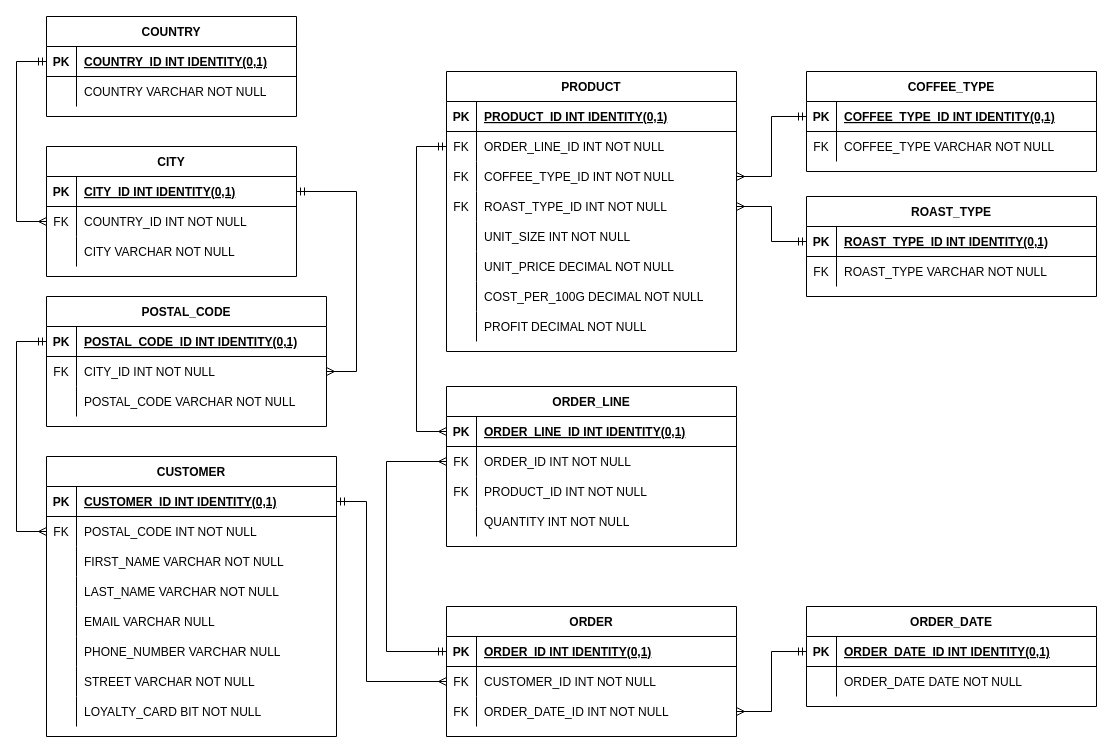
Before: Coffee Sales DB/ERD.drawio in MetaDataBytes/SQL-Projects, a draw.io diagram. Source tidied: cells renumbered, new cells numbered last; positions are measured from the earlier drawing's top-left corner, leaving out a move shared by most shapes. Both pictures are drawn from the tidied source at 100%, with x=0, y=0 at pixel (16, 16).
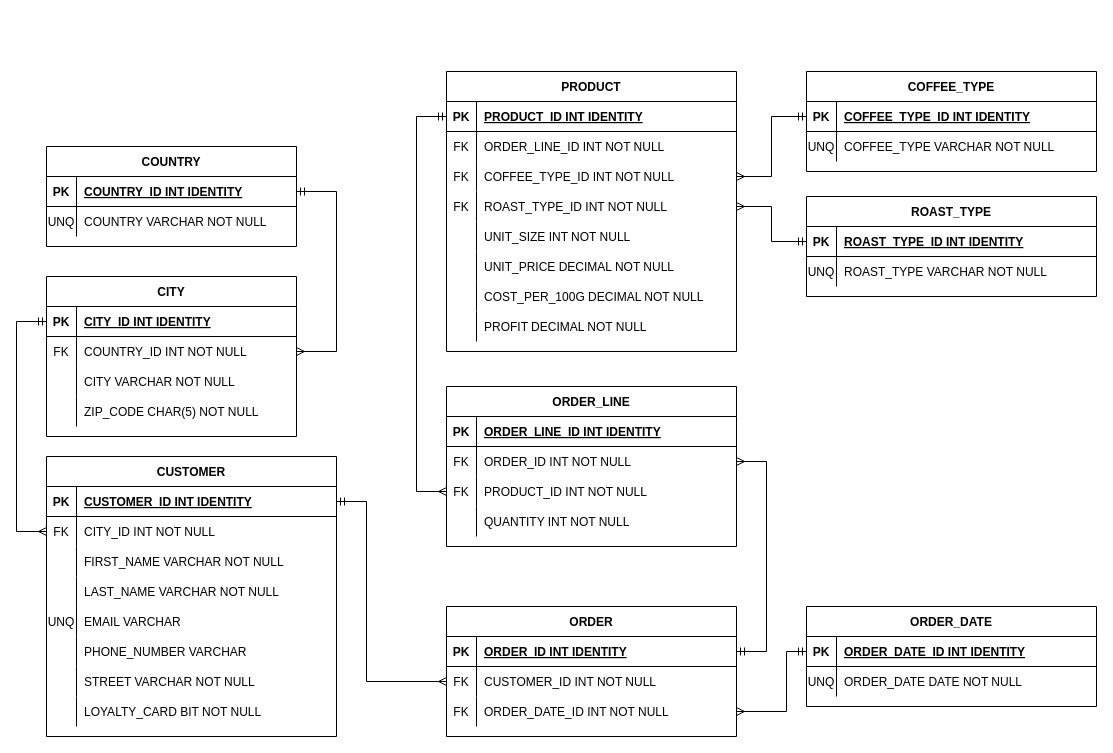
The same diagram, later.

Unchanged cells that the change refers to:
```xml
<mxCell id="3" style="shape=partialRectangle;fillColor=none;points=[[0,0.5],[1,0.5]];portConstraint=eastwest;top=0;left=0;right=0;bottom=1;" parent="2" vertex="1">
  <mxGeometry y="30" width="250" height="30" as="geometry" />
</mxCell>
<mxCell id="6" style="shape=partialRectangle;fillColor=none;points=[[0,0.5],[1,0.5]];portConstraint=eastwest;top=0;left=0;right=0;bottom=0;" parent="2" vertex="1">
  <mxGeometry y="60" width="250" height="30" as="geometry" />
</mxCell>
<mxCell id="23" style="shape=partialRectangle;fillColor=none;points=[[0,0.5],[1,0.5]];portConstraint=eastwest;top=0;left=0;right=0;bottom=1;" parent="22" vertex="1">
  <mxGeometry y="30" width="250" height="30" as="geometry" />
</mxCell>
<mxCell id="26" style="shape=partialRectangle;fillColor=none;top=0;left=0;right=0;bottom=0;" parent="22" vertex="1">
  <mxGeometry y="60" width="250" height="30" as="geometry" />
</mxCell>
<mxCell id="32" style="shape=partialRectangle;fillColor=none;points=[[0,0.5],[1,0.5]];portConstraint=eastwest;top=0;left=0;right=0;bottom=1;" parent="31" vertex="1">
  <mxGeometry y="30" width="290" height="30" as="geometry" />
</mxCell>
<mxCell id="35" style="shape=partialRectangle;fillColor=none;points=[[0,0.5],[1,0.5]];portConstraint=eastwest;top=0;left=0;right=0;bottom=0;" parent="31" vertex="1">
  <mxGeometry y="60" width="290" height="30" as="geometry" />
</mxCell>
<mxCell id="44" style="shape=partialRectangle;fillColor=none;top=0;left=0;right=0;bottom=0;" parent="31" vertex="1">
  <mxGeometry y="150" width="290" height="30" as="geometry" />
</mxCell>
<mxCell id="47" style="shape=partialRectangle;fillColor=none;top=0;left=0;right=0;bottom=0;" parent="31" vertex="1">
  <mxGeometry y="180" width="290" height="30" as="geometry" />
</mxCell>
<mxCell id="58" style="shape=partialRectangle;fillColor=none;points=[[0,0.5],[1,0.5]];portConstraint=eastwest;top=0;left=0;right=0;bottom=1;" parent="57" vertex="1">
  <mxGeometry y="30" width="290" height="30" as="geometry" />
</mxCell>
<mxCell id="64" style="shape=partialRectangle;fillColor=none;points=[[0,0.5],[1,0.5]];portConstraint=eastwest;top=0;left=0;right=0;bottom=0;" parent="57" vertex="1">
  <mxGeometry y="90" width="290" height="30" as="geometry" />
</mxCell>
<mxCell id="69" style="shape=partialRectangle;fillColor=none;points=[[0,0.5],[1,0.5]];portConstraint=eastwest;top=0;left=0;right=0;bottom=1;" parent="68" vertex="1">
  <mxGeometry y="30" width="290" height="30" as="geometry" />
</mxCell>
<mxCell id="72" style="shape=partialRectangle;fillColor=none;points=[[0,0.5],[1,0.5]];portConstraint=eastwest;top=0;left=0;right=0;bottom=0;" parent="68" vertex="1">
  <mxGeometry y="60" width="290" height="30" as="geometry" />
</mxCell>
<mxCell id="75" style="shape=partialRectangle;fillColor=none;points=[[0,0.5],[1,0.5]];portConstraint=eastwest;top=0;left=0;right=0;bottom=0;" parent="68" vertex="1">
  <mxGeometry y="90" width="290" height="30" as="geometry" />
</mxCell>
<mxCell id="83" style="shape=partialRectangle;fillColor=none;points=[[0,0.5],[1,0.5]];portConstraint=eastwest;top=0;left=0;right=0;bottom=1;" parent="82" vertex="1">
  <mxGeometry y="30" width="290" height="30" as="geometry" />
</mxCell>
<mxCell id="86" style="shape=partialRectangle;fillColor=none;points=[[0,0.5],[1,0.5]];portConstraint=eastwest;top=0;left=0;right=0;bottom=0;" parent="82" vertex="1">
  <mxGeometry y="60" width="290" height="30" as="geometry" />
</mxCell>
<mxCell id="108" style="shape=partialRectangle;fillColor=none;points=[[0,0.5],[1,0.5]];portConstraint=eastwest;top=0;left=0;right=0;bottom=1;" parent="107" vertex="1">
  <mxGeometry y="30" width="290" height="30" as="geometry" />
</mxCell>
<mxCell id="111" style="shape=partialRectangle;fillColor=none;top=0;left=0;right=0;bottom=0;" parent="107" vertex="1">
  <mxGeometry y="60" width="290" height="30" as="geometry" />
</mxCell>
<mxCell id="115" style="shape=partialRectangle;fillColor=none;points=[[0,0.5],[1,0.5]];portConstraint=eastwest;top=0;left=0;right=0;bottom=1;" parent="114" vertex="1">
  <mxGeometry y="30" width="290" height="30" as="geometry" />
</mxCell>
<mxCell id="118" style="shape=partialRectangle;fillColor=none;top=0;left=0;right=0;bottom=0;" parent="114" vertex="1">
  <mxGeometry y="60" width="290" height="30" as="geometry" />
</mxCell>
<mxCell id="125" style="shape=partialRectangle;fillColor=none;points=[[0,0.5],[1,0.5]];portConstraint=eastwest;top=0;left=0;right=0;bottom=1;" parent="124" vertex="1">
  <mxGeometry y="30" width="290" height="30" as="geometry" />
</mxCell>
<mxCell id="128" style="shape=partialRectangle;fillColor=none;top=0;left=0;right=0;bottom=0;" parent="124" vertex="1">
  <mxGeometry y="60" width="290" height="30" as="geometry" />
</mxCell>
```

The edit, as a diff of the source:
```diff
@@
     <mxCell id="2" value="CITY" style="shape=table;startSize=30;childLayout=tableLayout;rowLines=0;fontStyle=1;align=center;" parent="1" vertex="1">
-      <mxGeometry x="30" y="130" width="250" height="130" as="geometry" />
+      <mxGeometry x="30" y="260" width="250" height="160" as="geometry" />
     </mxCell>
@@
-    <mxCell id="5" value="CITY_ID INT IDENTITY(0,1)" style="shape=partialRectangle;overflow=hidden;fillColor=none;top=0;left=0;bottom=0;right=0;align=left;spacingLeft=6;fontStyle=5;" parent="3" vertex="1">
+    <mxCell id="5" value="CITY_ID INT IDENTITY" style="shape=partialRectangle;overflow=hidden;fillColor=none;top=0;left=0;bottom=0;right=0;align=left;spacingLeft=6;fontStyle=5;" parent="3" vertex="1">
       <mxGeometry x="30" width="220" height="30" as="geometry" />
     </mxCell>
@@
-    <mxCell id="12" value="POSTAL_CODE" style="shape=table;startSize=30;childLayout=tableLayout;rowLines=0;fontStyle=1;align=center;" parent="1" vertex="1">
-      <mxGeometry x="30" y="280" width="280" height="130" as="geometry" />
-    </mxCell>
-    <mxCell id="13" style="shape=partialRectangle;fillColor=none;points=[[0,0.5],[1,0.5]];portConstraint=eastwest;top=0;left=0;right=0;bottom=1;" parent="12" vertex="1">
-      <mxGeometry y="30" width="280" height="30" as="geometry" />
-    </mxCell>
-    <mxCell id="14" value="PK" style="shape=partialRectangle;overflow=hidden;fillColor=none;top=0;left=0;bottom=0;right=0;fontStyle=1;" parent="13" vertex="1">
-      <mxGeometry width="30" height="30" as="geometry" />
-    </mxCell>
-    <mxCell id="15" value="POSTAL_CODE_ID INT IDENTITY(0,1)" style="shape=partialRectangle;overflow=hidden;fillColor=none;top=0;left=0;bottom=0;right=0;align=left;spacingLeft=6;fontStyle=5;" parent="13" vertex="1">
-      <mxGeometry x="30" width="250" height="30" as="geometry" />
-    </mxCell>
-    <mxCell id="16" style="shape=partialRectangle;fillColor=none;points=[[0,0.5],[1,0.5]];portConstraint=eastwest;top=0;left=0;right=0;bottom=0;" parent="12" vertex="1">
-      <mxGeometry y="60" width="280" height="30" as="geometry" />
-    </mxCell>
-    <mxCell id="17" value="FK" style="shape=partialRectangle;overflow=hidden;fillColor=none;top=0;left=0;bottom=0;right=0;" parent="16" vertex="1">
-      <mxGeometry width="30" height="30" as="geometry" />
-    </mxCell>
-    <mxCell id="18" value="CITY_ID INT NOT NULL" style="shape=partialRectangle;overflow=hidden;fillColor=none;top=0;left=0;bottom=0;right=0;align=left;spacingLeft=6;" parent="16" vertex="1">
-      <mxGeometry x="30" width="250" height="30" as="geometry" />
-    </mxCell>
-    <mxCell id="19" style="shape=partialRectangle;fillColor=none;top=0;left=0;right=0;bottom=0;" parent="12" vertex="1">
-      <mxGeometry y="90" width="280" height="30" as="geometry" />
-    </mxCell>
+    <mxCell id="132" style="shape=partialRectangle;fillColor=none;top=0;left=0;right=0;bottom=0;" parent="2" vertex="1">
+      <mxGeometry y="120" width="250" height="30" as="geometry" />
+    </mxCell>
-    <mxCell id="20" style="shape=partialRectangle;overflow=hidden;fillColor=none;top=0;left=0;bottom=0;right=0;" parent="19" vertex="1">
+    <mxCell id="20" style="shape=partialRectangle;overflow=hidden;fillColor=none;top=0;left=0;bottom=0;right=0;" parent="132" vertex="1">
       <mxGeometry width="30" height="30" as="geometry" />
     </mxCell>
-    <mxCell id="21" value="POSTAL_CODE VARCHAR NOT NULL" style="shape=partialRectangle;overflow=hidden;fillColor=none;top=0;left=0;bottom=0;right=0;align=left;spacingLeft=6;" parent="19" vertex="1">
-      <mxGeometry x="30" width="250" height="30" as="geometry" />
-    </mxCell>
+    <mxCell id="133" value="ZIP_CODE CHAR(5) NOT NULL" style="shape=partialRectangle;overflow=hidden;fillColor=none;top=0;left=0;bottom=0;right=0;align=left;spacingLeft=6;" parent="132" vertex="1">
+      <mxGeometry x="30" width="220" height="30" as="geometry" />
+    </mxCell>
     <mxCell id="22" value="COUNTRY" style="shape=table;startSize=30;childLayout=tableLayout;rowLines=0;fontStyle=1;align=center;" parent="1" vertex="1">
-      <mxGeometry x="30" width="250" height="100" as="geometry" />
+      <mxGeometry x="30" y="130" width="250" height="100" as="geometry" />
     </mxCell>
@@
-    <mxCell id="25" value="COUNTRY_ID INT IDENTITY(0,1)" style="shape=partialRectangle;overflow=hidden;fillColor=none;top=0;left=0;bottom=0;right=0;align=left;spacingLeft=6;fontStyle=5;" parent="23" vertex="1">
+    <mxCell id="25" value="COUNTRY_ID INT IDENTITY" style="shape=partialRectangle;overflow=hidden;fillColor=none;top=0;left=0;bottom=0;right=0;align=left;spacingLeft=6;fontStyle=5;" parent="23" vertex="1">
       <mxGeometry x="30" width="220" height="30" as="geometry" />
     </mxCell>
@@
-    <mxCell id="27" style="shape=partialRectangle;overflow=hidden;fillColor=none;top=0;left=0;bottom=0;right=0;" parent="26" vertex="1">
+    <mxCell id="27" value="UNQ" style="shape=partialRectangle;overflow=hidden;fillColor=none;top=0;left=0;bottom=0;right=0;" parent="26" vertex="1">
       <mxGeometry width="30" height="30" as="geometry" />
     </mxCell>
@@
-    <mxCell id="29" style="edgeStyle=orthogonalEdgeStyle;rounded=0;jettySize=auto;html=1;exitX=0;exitY=0.5;exitDx=0;exitDy=0;entryX=0;entryY=0.5;entryDx=0;entryDy=0;startArrow=ERmany;startFill=0;endArrow=ERmandOne;endFill=0;" parent="1" edge="1" source="6" target="23">
+    <mxCell id="29" style="edgeStyle=orthogonalEdgeStyle;rounded=0;jettySize=auto;html=1;exitX=1;exitY=0.5;exitDx=0;exitDy=0;entryX=1;entryY=0.5;entryDx=0;entryDy=0;startArrow=ERmany;startFill=0;endArrow=ERmandOne;endFill=0;" parent="1" edge="1" source="6" target="23">
       <mxGeometry relative="1" as="geometry">
         <Array as="points">
-          <mxPoint y="205" />
-          <mxPoint y="45" />
+          <mxPoint x="320" y="335" />
+          <mxPoint x="320" y="175" />
         </Array>
       </mxGeometry>
     </mxCell>
-    <mxCell id="30" style="edgeStyle=orthogonalEdgeStyle;rounded=0;jettySize=auto;html=1;exitX=1;exitY=0.5;exitDx=0;exitDy=0;entryX=1;entryY=0.5;entryDx=0;entryDy=0;endArrow=ERmandOne;endFill=0;startArrow=ERmany;startFill=0;" parent="1" edge="1" source="16" target="3">
-      <mxGeometry relative="1" as="geometry">
-        <Array as="points">
-          <mxPoint x="340" y="355" />
-          <mxPoint x="340" y="175" />
-        </Array>
-      </mxGeometry>
-    </mxCell>
@@
-    <mxCell id="34" value="CUSTOMER_ID INT IDENTITY(0,1)" style="shape=partialRectangle;overflow=hidden;fillColor=none;top=0;left=0;bottom=0;right=0;align=left;spacingLeft=6;fontStyle=5;" parent="32" vertex="1">
+    <mxCell id="34" value="CUSTOMER_ID INT IDENTITY" style="shape=partialRectangle;overflow=hidden;fillColor=none;top=0;left=0;bottom=0;right=0;align=left;spacingLeft=6;fontStyle=5;" parent="32" vertex="1">
       <mxGeometry x="30" width="260" height="30" as="geometry" />
     </mxCell>
@@
-    <mxCell id="37" value="POSTAL_CODE INT NOT NULL" style="shape=partialRectangle;overflow=hidden;fillColor=none;top=0;left=0;bottom=0;right=0;align=left;spacingLeft=6;" parent="35" vertex="1">
+    <mxCell id="37" value="CITY_ID INT NOT NULL" style="shape=partialRectangle;overflow=hidden;fillColor=none;top=0;left=0;bottom=0;right=0;align=left;spacingLeft=6;" parent="35" vertex="1">
       <mxGeometry x="30" width="260" height="30" as="geometry" />
     </mxCell>
@@
-    <mxCell id="45" style="shape=partialRectangle;overflow=hidden;fillColor=none;top=0;left=0;bottom=0;right=0;" parent="44" vertex="1">
+    <mxCell id="45" value="UNQ" style="shape=partialRectangle;overflow=hidden;fillColor=none;top=0;left=0;bottom=0;right=0;" parent="44" vertex="1">
       <mxGeometry width="30" height="30" as="geometry" />
     </mxCell>
-    <mxCell id="46" value="EMAIL VARCHAR NULL" style="shape=partialRectangle;overflow=hidden;fillColor=none;top=0;left=0;bottom=0;right=0;align=left;spacingLeft=6;" parent="44" vertex="1">
+    <mxCell id="46" value="EMAIL VARCHAR" style="shape=partialRectangle;overflow=hidden;fillColor=none;top=0;left=0;bottom=0;right=0;align=left;spacingLeft=6;" parent="44" vertex="1">
       <mxGeometry x="30" width="260" height="30" as="geometry" />
     </mxCell>
@@
-    <mxCell id="49" value="PHONE_NUMBER VARCHAR NULL" style="shape=partialRectangle;overflow=hidden;fillColor=none;top=0;left=0;bottom=0;right=0;align=left;spacingLeft=6;" parent="47" vertex="1">
+    <mxCell id="49" value="PHONE_NUMBER VARCHAR" style="shape=partialRectangle;overflow=hidden;fillColor=none;top=0;left=0;bottom=0;right=0;align=left;spacingLeft=6;" parent="47" vertex="1">
       <mxGeometry x="30" width="260" height="30" as="geometry" />
     </mxCell>
@@
-    <mxCell id="56" style="edgeStyle=orthogonalEdgeStyle;rounded=0;jettySize=auto;html=1;exitX=0;exitY=0.5;exitDx=0;exitDy=0;entryX=0;entryY=0.5;entryDx=0;entryDy=0;endArrow=ERmandOne;endFill=0;startArrow=ERmany;startFill=0;" parent="1" edge="1" source="35" target="13">
+    <mxCell id="56" style="edgeStyle=orthogonalEdgeStyle;rounded=0;jettySize=auto;html=1;exitX=0;exitY=0.5;exitDx=0;exitDy=0;entryX=0;entryY=0.5;entryDx=0;entryDy=0;endArrow=ERmandOne;endFill=0;startArrow=ERmany;startFill=0;" parent="1" edge="1" source="35" target="3">
       <mxGeometry relative="1" as="geometry">
         <Array as="points">
           <mxPoint y="515" />
-          <mxPoint y="325" />
+          <mxPoint y="305" />
         </Array>
       </mxGeometry>
     </mxCell>
@@
-    <mxCell id="60" value="ORDER_ID INT IDENTITY(0,1)" style="shape=partialRectangle;overflow=hidden;fillColor=none;top=0;left=0;bottom=0;right=0;align=left;spacingLeft=6;fontStyle=5;" parent="58" vertex="1">
+    <mxCell id="60" value="ORDER_ID INT IDENTITY" style="shape=partialRectangle;overflow=hidden;fillColor=none;top=0;left=0;bottom=0;right=0;align=left;spacingLeft=6;fontStyle=5;" parent="58" vertex="1">
       <mxGeometry x="30" width="260" height="30" as="geometry" />
     </mxCell>
@@
-    <mxCell id="71" value="ORDER_LINE_ID INT IDENTITY(0,1)" style="shape=partialRectangle;overflow=hidden;fillColor=none;top=0;left=0;bottom=0;right=0;align=left;spacingLeft=6;fontStyle=5;" parent="69" vertex="1">
+    <mxCell id="71" value="ORDER_LINE_ID INT IDENTITY" style="shape=partialRectangle;overflow=hidden;fillColor=none;top=0;left=0;bottom=0;right=0;align=left;spacingLeft=6;fontStyle=5;" parent="69" vertex="1">
       <mxGeometry x="30" width="260" height="30" as="geometry" />
     </mxCell>
@@
-    <mxCell id="81" style="edgeStyle=orthogonalEdgeStyle;rounded=0;jettySize=auto;html=1;exitX=0;exitY=0.5;exitDx=0;exitDy=0;startArrow=ERmany;startFill=0;endArrow=ERmandOne;endFill=0;entryX=0;entryY=0.5;entryDx=0;entryDy=0;" parent="1" edge="1" source="72" target="58">
+    <mxCell id="81" style="edgeStyle=orthogonalEdgeStyle;rounded=0;jettySize=auto;html=1;startArrow=ERmany;startFill=0;endArrow=ERmandOne;endFill=0;entryX=1;entryY=0.5;entryDx=0;entryDy=0;exitX=1;exitY=0.5;exitDx=0;exitDy=0;" parent="1" edge="1" source="72" target="58">
       <mxGeometry relative="1" as="geometry">
         <Array as="points">
-          <mxPoint x="370" y="445" />
-          <mxPoint x="370" y="635" />
+          <mxPoint x="750" y="445" />
+          <mxPoint x="750" y="635" />
         </Array>
       </mxGeometry>
     </mxCell>
@@
-    <mxCell id="85" value="PRODUCT_ID INT IDENTITY(0,1)" style="shape=partialRectangle;overflow=hidden;fillColor=none;top=0;left=0;bottom=0;right=0;align=left;spacingLeft=6;fontStyle=5;" parent="83" vertex="1">
+    <mxCell id="85" value="PRODUCT_ID INT IDENTITY" style="shape=partialRectangle;overflow=hidden;fillColor=none;top=0;left=0;bottom=0;right=0;align=left;spacingLeft=6;fontStyle=5;" parent="83" vertex="1">
       <mxGeometry x="30" width="260" height="30" as="geometry" />
     </mxCell>
@@
-    <mxCell id="110" value="COFFEE_TYPE_ID INT IDENTITY(0,1)" style="shape=partialRectangle;overflow=hidden;fillColor=none;top=0;left=0;bottom=0;right=0;align=left;spacingLeft=6;fontStyle=5;" parent="108" vertex="1">
+    <mxCell id="110" value="COFFEE_TYPE_ID INT IDENTITY" style="shape=partialRectangle;overflow=hidden;fillColor=none;top=0;left=0;bottom=0;right=0;align=left;spacingLeft=6;fontStyle=5;" parent="108" vertex="1">
       <mxGeometry x="30" width="260" height="30" as="geometry" />
     </mxCell>
@@
-    <mxCell id="112" value="FK" style="shape=partialRectangle;overflow=hidden;fillColor=none;top=0;left=0;bottom=0;right=0;" parent="111" vertex="1">
+    <mxCell id="112" value="UNQ" style="shape=partialRectangle;overflow=hidden;fillColor=none;top=0;left=0;bottom=0;right=0;" parent="111" vertex="1">
       <mxGeometry width="30" height="30" as="geometry" />
     </mxCell>
@@
-    <mxCell id="117" value="ROAST_TYPE_ID INT IDENTITY(0,1)" style="shape=partialRectangle;overflow=hidden;fillColor=none;top=0;left=0;bottom=0;right=0;align=left;spacingLeft=6;fontStyle=5;" parent="115" vertex="1">
+    <mxCell id="117" value="ROAST_TYPE_ID INT IDENTITY" style="shape=partialRectangle;overflow=hidden;fillColor=none;top=0;left=0;bottom=0;right=0;align=left;spacingLeft=6;fontStyle=5;" parent="115" vertex="1">
       <mxGeometry x="30" width="260" height="30" as="geometry" />
     </mxCell>
@@
-    <mxCell id="119" value="FK" style="shape=partialRectangle;overflow=hidden;fillColor=none;top=0;left=0;bottom=0;right=0;" parent="118" vertex="1">
+    <mxCell id="119" value="UNQ" style="shape=partialRectangle;overflow=hidden;fillColor=none;top=0;left=0;bottom=0;right=0;" parent="118" vertex="1">
       <mxGeometry width="30" height="30" as="geometry" />
     </mxCell>
@@
-    <mxCell id="121" style="edgeStyle=orthogonalEdgeStyle;rounded=0;jettySize=auto;html=1;exitX=0;exitY=0.5;exitDx=0;exitDy=0;startArrow=ERmandOne;startFill=0;endArrow=ERmany;endFill=0;entryX=0;entryY=0.5;entryDx=0;entryDy=0;" parent="1" edge="1" source="86" target="69">
+    <mxCell id="121" style="edgeStyle=orthogonalEdgeStyle;rounded=0;jettySize=auto;html=1;startArrow=ERmandOne;startFill=0;endArrow=ERmany;endFill=0;entryX=0;entryY=0.5;entryDx=0;entryDy=0;exitX=0;exitY=0.5;exitDx=0;exitDy=0;" parent="1" edge="1" source="83" target="75">
       <mxGeometry relative="1" as="geometry">
         <Array as="points">
-          <mxPoint x="400" y="130" />
-          <mxPoint x="400" y="415" />
+          <mxPoint x="400" y="100" />
+          <mxPoint x="400" y="475" />
         </Array>
       </mxGeometry>
     </mxCell>
@@
-    <mxCell id="127" value="ORDER_DATE_ID INT IDENTITY(0,1)" style="shape=partialRectangle;overflow=hidden;fillColor=none;top=0;left=0;bottom=0;right=0;align=left;spacingLeft=6;fontStyle=5;" parent="125" vertex="1">
+    <mxCell id="127" value="ORDER_DATE_ID INT IDENTITY" style="shape=partialRectangle;overflow=hidden;fillColor=none;top=0;left=0;bottom=0;right=0;align=left;spacingLeft=6;fontStyle=5;" parent="125" vertex="1">
       <mxGeometry x="30" width="260" height="30" as="geometry" />
     </mxCell>
@@
-    <mxCell id="129" style="shape=partialRectangle;overflow=hidden;fillColor=none;top=0;left=0;bottom=0;right=0;" parent="128" vertex="1">
+    <mxCell id="129" value="UNQ" style="shape=partialRectangle;overflow=hidden;fillColor=none;top=0;left=0;bottom=0;right=0;" parent="128" vertex="1">
       <mxGeometry width="30" height="30" as="geometry" />
     </mxCell>
@@
     <mxCell id="131" style="edgeStyle=orthogonalEdgeStyle;rounded=0;jettySize=auto;html=1;exitX=1;exitY=0.5;exitDx=0;exitDy=0;entryX=0;entryY=0.5;entryDx=0;entryDy=0;endArrow=ERmandOne;endFill=0;startArrow=ERmany;startFill=0;" parent="1" edge="1" source="64" target="125">
-      <mxGeometry relative="1" as="geometry" />
+      <mxGeometry relative="1" as="geometry">
+        <Array as="points">
+          <mxPoint x="770" y="695" />
+          <mxPoint x="770" y="635" />
+        </Array>
+      </mxGeometry>
     </mxCell>
```
